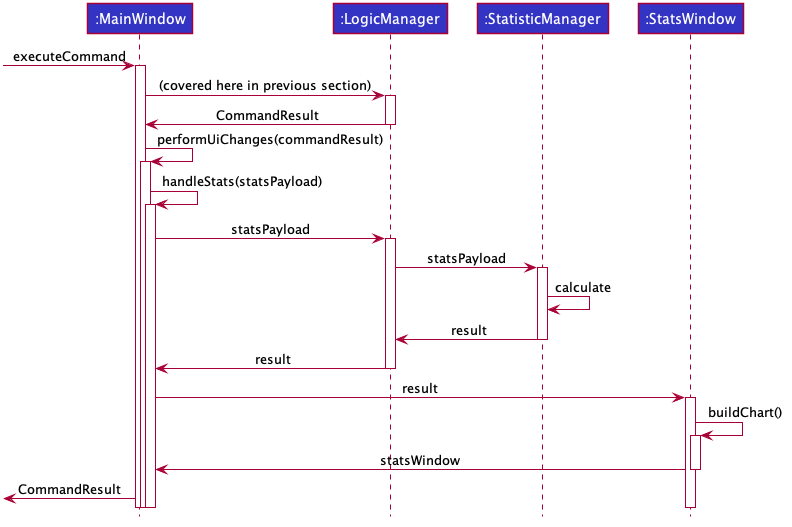
The PlantUML diagram images/StatisticsCalculationUI.png in AY1920S1-CS2103T-T09-4/main, before a commit. Source of this version:
```plantuml
@startuml








skinparam BackgroundColor #FFFFFFF

skinparam Shadowing false

skinparam Class {
    FontColor #FFFFFF
    BorderThickness 1
    BorderColor #FFFFFF
    StereotypeFontColor #FFFFFF
    FontName Arial
}

skinparam Actor {
    BorderColor #000000
    Color #000000
    FontName Arial
}

skinparam Sequence {
    MessageAlign center
    BoxFontSize 15
    BoxPadding 0
    BoxFontColor #FFFFFF
    FontName Arial
}

skinparam Participant {
    FontColor #FFFFFFF
    Padding 20
}

skinparam MinClassWidth 50
skinparam ParticipantPadding 10
skinparam Shadowing false
skinparam DefaultTextAlignment center
skinparam packageStyle Rectangle

hide footbox
hide members
hide circle

Participant ":MainWindow" as mw #3333C4
Participant ":LogicManager" as logic #3333C4
Participant ":StatisticManager" as sm #3333C4
Participant ":StatsWindow" as sw #3333C4

[-> mw : executeCommand
activate mw

mw -> logic ++: (covered here in previous section)
logic -> mw --: CommandResult
mw -> mw ++: performUiChanges(commandResult)
mw -> mw ++: handleStats(statsPayload)


mw -> logic ++: statsPayload

logic -> sm ++: statsPayload
sm -> sm : calculate
sm -> logic --: result

logic -> mw --:result

mw -> sw ++: result
sw -> sw ++: buildChart()
sw -> mw --: statsWindow
<- mw : CommandResult







@enduml
```
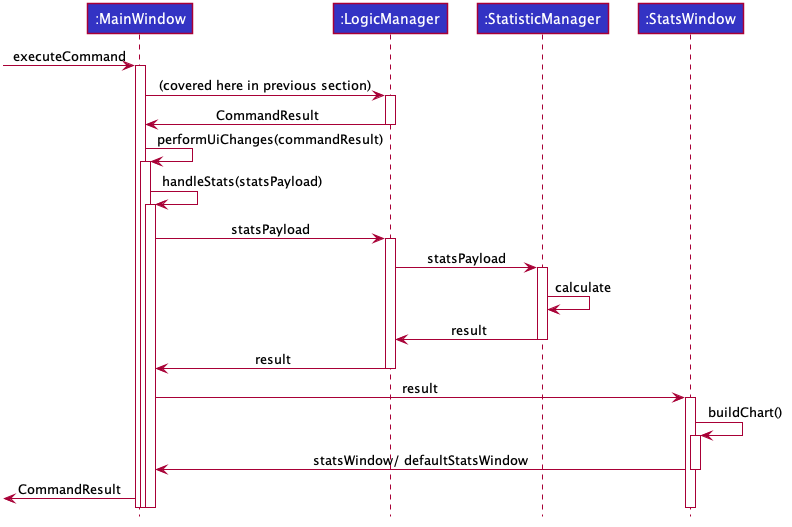
The same file after the commit.

What changed in the source:
```diff
@@ -72,7 +72,7 @@
 
 mw -> sw ++: result
 sw -> sw ++: buildChart()
-sw -> mw --: statsWindow
+sw -> mw --: statsWindow/ defaultStatsWindow
 <- mw : CommandResult
 
 
```
